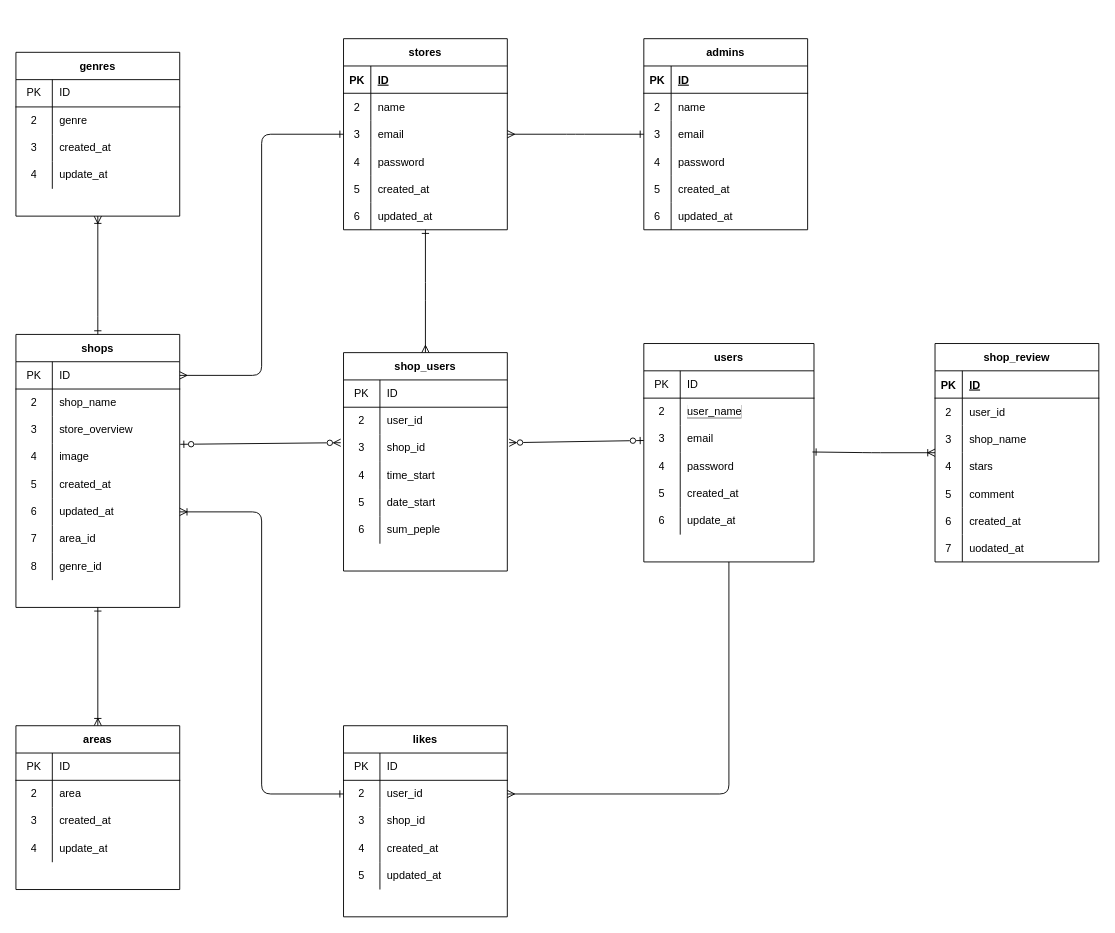
This is shop.dio from yuya1228/laravel_Advance, a draw.io file, before an edit. Source tidied: cells renumbered, new cells numbered last; positions are measured from the earlier drawing's top-left corner, leaving out a move shared by most shapes. Both pictures are drawn from the tidied source at 91%, with x=0, y=0 at pixel (15, 38).
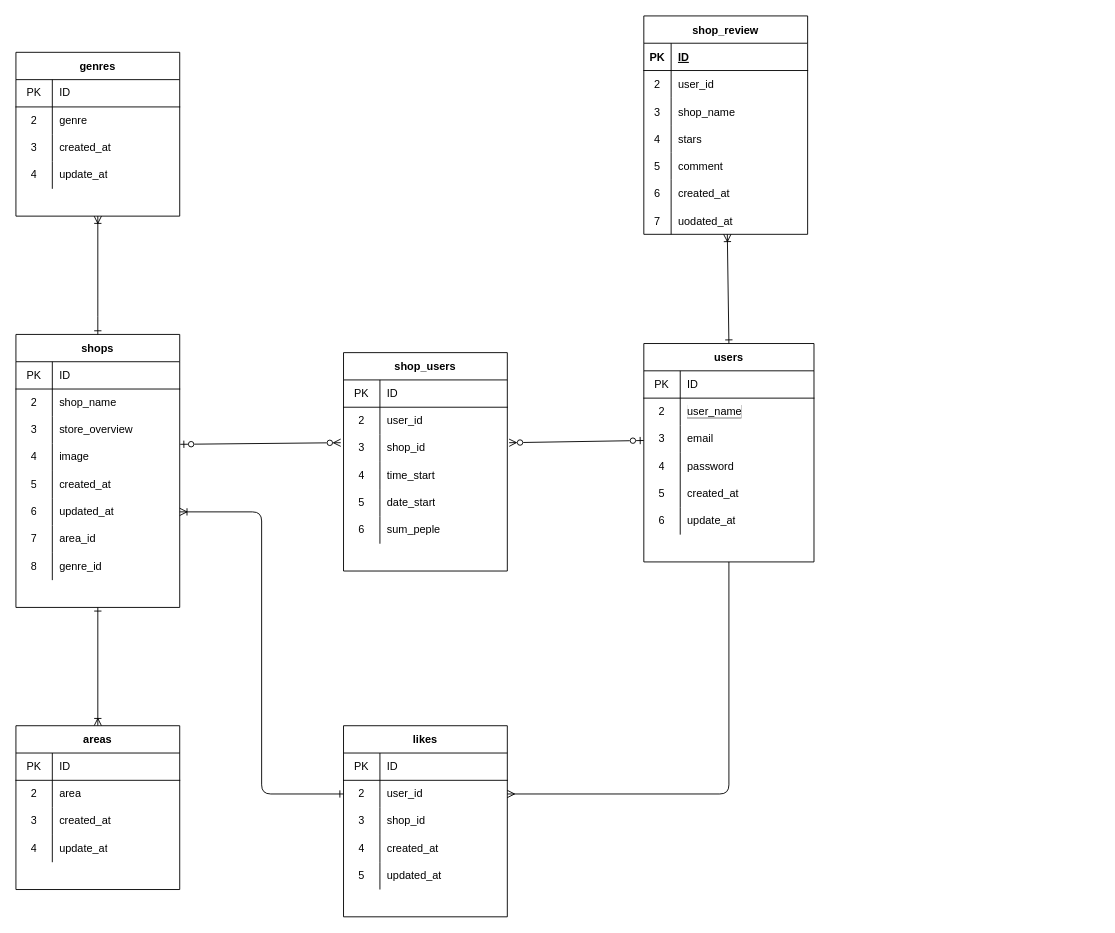
The same diagram, later.

The change refers to these unchanged cells:
```xml
<mxCell id="4" style="shape=partialRectangle;html=1;whiteSpace=wrap;fillColor=none;top=0;left=0;bottom=1;right=0;points=[[0,0.5],[1,0.5]];portConstraint=eastwest;" parent="3" vertex="1">
  <mxGeometry y="30" width="180" height="30" as="geometry" />
</mxCell>
<mxCell id="28" value="shop_users" style="shape=table;startSize=30;childLayout=tableLayout;rowLines=0;fontStyle=1;align=center;labelBackgroundColor=none;labelBorderColor=none;" parent="1" vertex="1">
  <mxGeometry x="360" y="345" width="180" height="240" as="geometry" />
</mxCell>
<mxCell id="47" value="users" style="shape=table;startSize=30;childLayout=tableLayout;rowLines=0;fontStyle=1;align=center;labelBackgroundColor=none;" parent="1" vertex="1">
  <mxGeometry x="690" y="335" width="187" height="240" as="geometry" />
</mxCell>
<mxCell id="57" style="shape=partialRectangle;html=1;whiteSpace=wrap;fillColor=none;top=0;left=0;bottom=0;right=0;points=[[0,0.5],[1,0.5]];portConstraint=eastwest;labelBackgroundColor=#2a2a2a;" parent="47" vertex="1">
  <mxGeometry y="120" width="187" height="30" as="geometry" />
</mxCell>
```

What changed in the source:
```diff
@@
-    <mxCell id="113" style="edgeStyle=none;html=1;entryX=0.991;entryY=-0.027;entryDx=0;entryDy=0;entryPerimeter=0;startArrow=ERoneToMany;startFill=0;endArrow=ERone;endFill=0;" parent="1" edge="1" source="114" target="57">
-      <mxGeometry relative="1" as="geometry">
-        <Array as="points">
-          <mxPoint x="940" y="455" />
-        </Array>
-      </mxGeometry>
-    </mxCell>
+    <mxCell id="157" style="edgeStyle=none;html=1;entryX=0.5;entryY=0;entryDx=0;entryDy=0;startArrow=ERoneToMany;startFill=0;endArrow=ERone;endFill=0;" parent="1" edge="1" source="114" target="47">
+      <mxGeometry relative="1" as="geometry" />
+    </mxCell>
     <mxCell id="114" value="shop_review" style="shape=table;startSize=30;childLayout=tableLayout;rowLines=0;fontStyle=1;align=center;labelBackgroundColor=none;labelBorderColor=none;strokeColor=default;" parent="1" vertex="1">
-      <mxGeometry x="1010" y="335" width="180" height="240" as="geometry" />
+      <mxGeometry x="690" y="-25" width="180" height="240" as="geometry" />
     </mxCell>
@@
-    <mxCell id="136" style="edgeStyle=elbowEdgeStyle;elbow=vertical;html=1;startArrow=ERone;startFill=0;endArrow=ERmany;endFill=0;" parent="1" edge="1" source="137" target="165">
-      <mxGeometry relative="1" as="geometry" />
-    </mxCell>
-    <mxCell id="137" value="admins" style="shape=table;startSize=30;childLayout=tableLayout;rowLines=0;fontStyle=1;align=center;labelBackgroundColor=none;labelBorderColor=none;strokeColor=default;" parent="1" vertex="1">
-      <mxGeometry x="690" width="180" height="210" as="geometry" />
-    </mxCell>
-    <mxCell id="138" style="shape=tableRow;horizontal=0;startSize=0;swimlaneHead=0;swimlaneBody=0;fillColor=none;top=0;left=0;right=0;bottom=1;labelBackgroundColor=none;labelBorderColor=none;strokeColor=default;" parent="137" vertex="1">
-      <mxGeometry y="30" width="180" height="30" as="geometry" />
-    </mxCell>
-    <mxCell id="139" value="PK" style="shape=partialRectangle;fillColor=none;top=0;left=0;bottom=0;right=0;fontStyle=1;overflow=hidden;labelBackgroundColor=none;labelBorderColor=none;strokeColor=default;" parent="138" vertex="1">
-      <mxGeometry width="30" height="30" as="geometry" />
-    </mxCell>
-    <mxCell id="140" value="ID" style="shape=partialRectangle;fillColor=none;top=0;left=0;bottom=0;right=0;align=left;spacingLeft=6;fontStyle=5;overflow=hidden;labelBackgroundColor=none;labelBorderColor=none;strokeColor=default;" parent="138" vertex="1">
-      <mxGeometry x="30" width="150" height="30" as="geometry" />
-    </mxCell>
-    <mxCell id="141" style="shape=tableRow;horizontal=0;startSize=0;swimlaneHead=0;swimlaneBody=0;fillColor=none;top=0;left=0;right=0;bottom=0;labelBackgroundColor=none;labelBorderColor=none;strokeColor=default;" parent="137" vertex="1">
-      <mxGeometry y="60" width="180" height="30" as="geometry" />
-    </mxCell>
-    <mxCell id="142" value="2" style="shape=partialRectangle;fillColor=none;top=0;left=0;bottom=0;right=0;overflow=hidden;labelBackgroundColor=none;labelBorderColor=none;strokeColor=default;" parent="141" vertex="1">
-      <mxGeometry width="30" height="30" as="geometry" />
-    </mxCell>
-    <mxCell id="143" value="name" style="shape=partialRectangle;fillColor=none;top=0;left=0;bottom=0;right=0;align=left;spacingLeft=6;overflow=hidden;labelBackgroundColor=none;labelBorderColor=none;strokeColor=default;" parent="141" vertex="1">
-      <mxGeometry x="30" width="150" height="30" as="geometry" />
-    </mxCell>
-    <mxCell id="144" style="shape=tableRow;horizontal=0;startSize=0;swimlaneHead=0;swimlaneBody=0;fillColor=none;top=0;left=0;right=0;bottom=0;labelBackgroundColor=none;labelBorderColor=none;strokeColor=default;" parent="137" vertex="1">
-      <mxGeometry y="90" width="180" height="30" as="geometry" />
-    </mxCell>
-    <mxCell id="145" value="3" style="shape=partialRectangle;fillColor=none;top=0;left=0;bottom=0;right=0;overflow=hidden;labelBackgroundColor=none;labelBorderColor=none;strokeColor=default;" parent="144" vertex="1">
-      <mxGeometry width="30" height="30" as="geometry" />
-    </mxCell>
-    <mxCell id="146" value="email" style="shape=partialRectangle;fillColor=none;top=0;left=0;bottom=0;right=0;align=left;spacingLeft=6;overflow=hidden;labelBackgroundColor=none;labelBorderColor=none;strokeColor=default;" parent="144" vertex="1">
-      <mxGeometry x="30" width="150" height="30" as="geometry" />
-    </mxCell>
-    <mxCell id="147" style="shape=tableRow;horizontal=0;startSize=0;swimlaneHead=0;swimlaneBody=0;fillColor=none;top=0;left=0;right=0;bottom=0;labelBackgroundColor=none;labelBorderColor=none;strokeColor=default;" parent="137" vertex="1">
-      <mxGeometry y="120" width="180" height="30" as="geometry" />
-    </mxCell>
-    <mxCell id="148" value="4" style="shape=partialRectangle;fillColor=none;top=0;left=0;bottom=0;right=0;overflow=hidden;labelBackgroundColor=none;labelBorderColor=none;strokeColor=default;" parent="147" vertex="1">
-      <mxGeometry width="30" height="30" as="geometry" />
-    </mxCell>
-    <mxCell id="149" value="password" style="shape=partialRectangle;fillColor=none;top=0;left=0;bottom=0;right=0;align=left;spacingLeft=6;overflow=hidden;labelBackgroundColor=none;labelBorderColor=none;strokeColor=default;" parent="147" vertex="1">
-      <mxGeometry x="30" width="150" height="30" as="geometry" />
-    </mxCell>
-    <mxCell id="150" style="shape=tableRow;horizontal=0;startSize=0;swimlaneHead=0;swimlaneBody=0;fillColor=none;top=0;left=0;right=0;bottom=0;labelBackgroundColor=none;labelBorderColor=none;strokeColor=default;" parent="137" vertex="1">
-      <mxGeometry y="150" width="180" height="30" as="geometry" />
-    </mxCell>
-    <mxCell id="151" value="5" style="shape=partialRectangle;fillColor=none;top=0;left=0;bottom=0;right=0;overflow=hidden;labelBackgroundColor=none;labelBorderColor=none;strokeColor=default;" parent="150" vertex="1">
-      <mxGeometry width="30" height="30" as="geometry" />
-    </mxCell>
-    <mxCell id="152" value="created_at" style="shape=partialRectangle;fillColor=none;top=0;left=0;bottom=0;right=0;align=left;spacingLeft=6;overflow=hidden;labelBackgroundColor=none;labelBorderColor=none;strokeColor=default;" parent="150" vertex="1">
-      <mxGeometry x="30" width="150" height="30" as="geometry" />
-    </mxCell>
-    <mxCell id="153" style="shape=tableRow;horizontal=0;startSize=0;swimlaneHead=0;swimlaneBody=0;fillColor=none;top=0;left=0;right=0;bottom=0;labelBackgroundColor=none;labelBorderColor=none;strokeColor=default;" parent="137" vertex="1">
-      <mxGeometry y="180" width="180" height="30" as="geometry" />
-    </mxCell>
-    <mxCell id="154" value="6" style="shape=partialRectangle;fillColor=none;top=0;left=0;bottom=0;right=0;overflow=hidden;labelBackgroundColor=none;labelBorderColor=none;strokeColor=default;" parent="153" vertex="1">
-      <mxGeometry width="30" height="30" as="geometry" />
-    </mxCell>
-    <mxCell id="155" value="updated_at" style="shape=partialRectangle;fillColor=none;top=0;left=0;bottom=0;right=0;align=left;spacingLeft=6;overflow=hidden;labelBackgroundColor=none;labelBorderColor=none;strokeColor=default;" parent="153" vertex="1">
-      <mxGeometry x="30" width="150" height="30" as="geometry" />
-    </mxCell>
-    <mxCell id="156" style="edgeStyle=elbowEdgeStyle;html=1;startArrow=ERone;startFill=0;endArrow=ERmany;endFill=0;elbow=vertical;entryX=0.5;entryY=0;entryDx=0;entryDy=0;" parent="1" edge="1" source="158" target="28">
-      <mxGeometry relative="1" as="geometry" />
-    </mxCell>
-    <mxCell id="157" style="edgeStyle=elbowEdgeStyle;html=1;startArrow=ERone;startFill=0;endArrow=ERmany;endFill=0;entryX=1;entryY=0.5;entryDx=0;entryDy=0;" parent="1" edge="1" source="158" target="4">
-      <mxGeometry relative="1" as="geometry" />
-    </mxCell>
-    <mxCell id="158" value="stores" style="shape=table;startSize=30;childLayout=tableLayout;rowLines=0;fontStyle=1;align=center;labelBackgroundColor=none;labelBorderColor=none;strokeColor=default;" parent="1" vertex="1">
-      <mxGeometry x="360" width="180" height="210" as="geometry" />
-    </mxCell>
-    <mxCell id="159" style="shape=tableRow;horizontal=0;startSize=0;swimlaneHead=0;swimlaneBody=0;fillColor=none;top=0;left=0;right=0;bottom=1;labelBackgroundColor=none;labelBorderColor=none;strokeColor=default;" parent="158" vertex="1">
-      <mxGeometry y="30" width="180" height="30" as="geometry" />
-    </mxCell>
-    <mxCell id="160" value="PK" style="shape=partialRectangle;fillColor=none;top=0;left=0;bottom=0;right=0;fontStyle=1;overflow=hidden;labelBackgroundColor=none;labelBorderColor=none;strokeColor=default;" parent="159" vertex="1">
-      <mxGeometry width="30" height="30" as="geometry" />
-    </mxCell>
-    <mxCell id="161" value="ID" style="shape=partialRectangle;fillColor=none;top=0;left=0;bottom=0;right=0;align=left;spacingLeft=6;fontStyle=5;overflow=hidden;labelBackgroundColor=none;labelBorderColor=none;strokeColor=default;" parent="159" vertex="1">
-      <mxGeometry x="30" width="150" height="30" as="geometry" />
-    </mxCell>
-    <mxCell id="162" style="shape=tableRow;horizontal=0;startSize=0;swimlaneHead=0;swimlaneBody=0;fillColor=none;top=0;left=0;right=0;bottom=0;labelBackgroundColor=none;labelBorderColor=none;strokeColor=default;" parent="158" vertex="1">
-      <mxGeometry y="60" width="180" height="30" as="geometry" />
-    </mxCell>
-    <mxCell id="163" value="2" style="shape=partialRectangle;fillColor=none;top=0;left=0;bottom=0;right=0;overflow=hidden;labelBackgroundColor=none;labelBorderColor=none;strokeColor=default;" parent="162" vertex="1">
-      <mxGeometry width="30" height="30" as="geometry" />
-    </mxCell>
-    <mxCell id="164" value="name" style="shape=partialRectangle;fillColor=none;top=0;left=0;bottom=0;right=0;align=left;spacingLeft=6;overflow=hidden;labelBackgroundColor=none;labelBorderColor=none;strokeColor=default;" parent="162" vertex="1">
-      <mxGeometry x="30" width="150" height="30" as="geometry" />
-    </mxCell>
-    <mxCell id="165" style="shape=tableRow;horizontal=0;startSize=0;swimlaneHead=0;swimlaneBody=0;fillColor=none;points=[[0,0.5],[1,0.5]];portConstraint=eastwest;top=0;left=0;right=0;bottom=0;labelBackgroundColor=none;labelBorderColor=none;strokeColor=default;" parent="158" vertex="1">
-      <mxGeometry y="90" width="180" height="30" as="geometry" />
-    </mxCell>
-    <mxCell id="166" value="3" style="shape=partialRectangle;fillColor=none;top=0;left=0;bottom=0;right=0;overflow=hidden;labelBackgroundColor=none;labelBorderColor=none;strokeColor=default;" parent="165" vertex="1">
-      <mxGeometry width="30" height="30" as="geometry" />
-    </mxCell>
-    <mxCell id="167" value="email" style="shape=partialRectangle;fillColor=none;top=0;left=0;bottom=0;right=0;align=left;spacingLeft=6;overflow=hidden;labelBackgroundColor=none;labelBorderColor=none;strokeColor=default;" parent="165" vertex="1">
-      <mxGeometry x="30" width="150" height="30" as="geometry" />
-    </mxCell>
-    <mxCell id="168" style="shape=tableRow;horizontal=0;startSize=0;swimlaneHead=0;swimlaneBody=0;fillColor=none;top=0;left=0;right=0;bottom=0;labelBackgroundColor=none;labelBorderColor=none;strokeColor=default;" parent="158" vertex="1">
-      <mxGeometry y="120" width="180" height="30" as="geometry" />
-    </mxCell>
-    <mxCell id="169" value="4" style="shape=partialRectangle;fillColor=none;top=0;left=0;bottom=0;right=0;overflow=hidden;labelBackgroundColor=none;labelBorderColor=none;strokeColor=default;" parent="168" vertex="1">
-      <mxGeometry width="30" height="30" as="geometry" />
-    </mxCell>
-    <mxCell id="170" value="password" style="shape=partialRectangle;fillColor=none;top=0;left=0;bottom=0;right=0;align=left;spacingLeft=6;overflow=hidden;labelBackgroundColor=none;labelBorderColor=none;strokeColor=default;" parent="168" vertex="1">
-      <mxGeometry x="30" width="150" height="30" as="geometry" />
-    </mxCell>
-    <mxCell id="171" style="shape=tableRow;horizontal=0;startSize=0;swimlaneHead=0;swimlaneBody=0;fillColor=none;top=0;left=0;right=0;bottom=0;labelBackgroundColor=none;labelBorderColor=none;strokeColor=default;" parent="158" vertex="1">
-      <mxGeometry y="150" width="180" height="30" as="geometry" />
-    </mxCell>
-    <mxCell id="172" value="5" style="shape=partialRectangle;fillColor=none;top=0;left=0;bottom=0;right=0;overflow=hidden;labelBackgroundColor=none;labelBorderColor=none;strokeColor=default;" parent="171" vertex="1">
-      <mxGeometry width="30" height="30" as="geometry" />
-    </mxCell>
-    <mxCell id="173" value="created_at" style="shape=partialRectangle;fillColor=none;top=0;left=0;bottom=0;right=0;align=left;spacingLeft=6;overflow=hidden;labelBackgroundColor=none;labelBorderColor=none;strokeColor=default;" parent="171" vertex="1">
-      <mxGeometry x="30" width="150" height="30" as="geometry" />
-    </mxCell>
-    <mxCell id="174" style="shape=tableRow;horizontal=0;startSize=0;swimlaneHead=0;swimlaneBody=0;fillColor=none;top=0;left=0;right=0;bottom=0;labelBackgroundColor=none;labelBorderColor=none;strokeColor=default;" parent="158" vertex="1">
-      <mxGeometry y="180" width="180" height="30" as="geometry" />
-    </mxCell>
-    <mxCell id="175" value="6" style="shape=partialRectangle;fillColor=none;top=0;left=0;bottom=0;right=0;overflow=hidden;labelBackgroundColor=none;labelBorderColor=none;strokeColor=default;" parent="174" vertex="1">
-      <mxGeometry width="30" height="30" as="geometry" />
-    </mxCell>
-    <mxCell id="176" value="updated_at" style="shape=partialRectangle;fillColor=none;top=0;left=0;bottom=0;right=0;align=left;spacingLeft=6;overflow=hidden;labelBackgroundColor=none;labelBorderColor=none;strokeColor=default;" parent="174" vertex="1">
-      <mxGeometry x="30" width="150" height="30" as="geometry" />
-    </mxCell>
```
